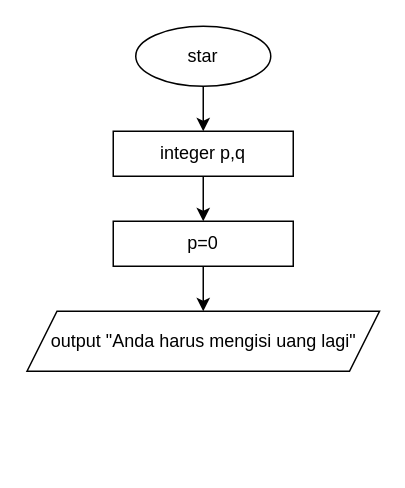
maulliidda/Maulida-Yosi-Hamidah-Vending-Machine-MYH keeps this draw.io diagram as flowchart.drawio. Above is the earlier version. Source tidied: cells renumbered, new cells numbered last; positions are measured from the earlier drawing's top-left corner, leaving out a move shared by most shapes. Both pictures are drawn from the tidied source at 150%, with x=0, y=0 at pixel (27, 26).
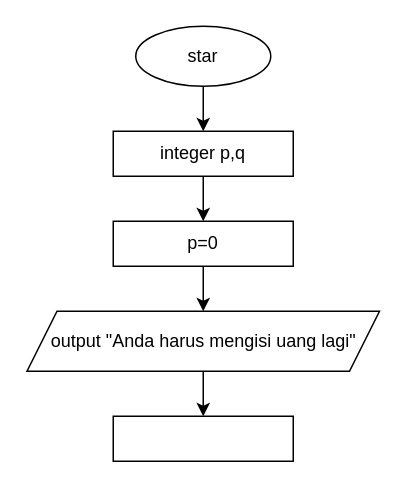
The same diagram, later.

Commit message:
Add input for variabel q

Diff of the diagram source:
```diff
@@
 <mxGraphModel>
   <root>
     <mxCell id="0" />
     <mxCell id="1" parent="0" />
     <mxCell id="2" style="edgeStyle=none;html=1;" parent="1" edge="1" source="3" target="5">
       <mxGeometry relative="1" as="geometry" />
     </mxCell>
     <mxCell id="3" value="star" style="ellipse;whiteSpace=wrap;html=1;" parent="1" vertex="1">
       <mxGeometry x="72" width="90" height="40" as="geometry" />
     </mxCell>
     <mxCell id="4" style="edgeStyle=none;html=1;" parent="1" edge="1" source="5" target="7">
       <mxGeometry relative="1" as="geometry" />
     </mxCell>
     <mxCell id="5" value="integer p,q" style="whiteSpace=wrap;html=1;" parent="1" vertex="1">
       <mxGeometry x="57" y="70" width="120" height="30" as="geometry" />
     </mxCell>
     <mxCell id="6" style="edgeStyle=none;html=1;" parent="1" edge="1" source="7" target="8">
       <mxGeometry relative="1" as="geometry" />
     </mxCell>
     <mxCell id="7" value="p=0" style="whiteSpace=wrap;html=1;" parent="1" vertex="1">
       <mxGeometry x="57" y="130" width="120" height="30" as="geometry" />
     </mxCell>
+    <mxCell id="9" style="edgeStyle=none;html=1;" parent="1" edge="1" source="8" target="10">
+      <mxGeometry relative="1" as="geometry" />
+    </mxCell>
     <mxCell id="8" value="output &quot;Anda harus mengisi uang lagi&quot;" style="shape=parallelogram;perimeter=parallelogramPerimeter;whiteSpace=wrap;html=1;fixedSize=1;" parent="1" vertex="1">
       <mxGeometry x="-0.5" y="190" width="235" height="40" as="geometry" />
     </mxCell>
+    <mxCell id="10" style="whiteSpace=wrap;html=1;" parent="1" vertex="1">
+      <mxGeometry x="57" y="260" width="120" height="30" as="geometry" />
+    </mxCell>
   </root>
 </mxGraphModel>
```
